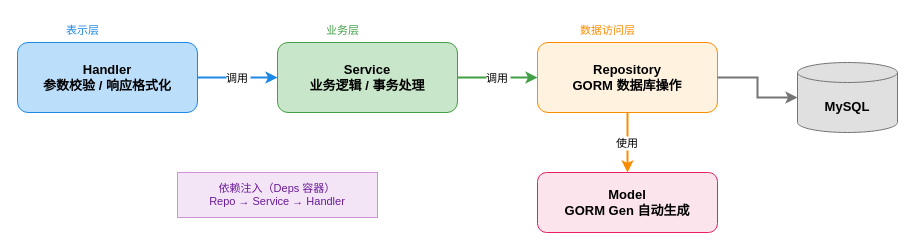
Above: paper/附件/diagrams/fig4-2-layers.drawio in julesChu12/scare (draw.io), before the change. Source tidied: cells renumbered, new cells numbered last; positions are measured from the earlier drawing's top-left corner, leaving out a move shared by most shapes. Both pictures are drawn from the tidied source at 100%, with x=0, y=0 at pixel (17, 17).
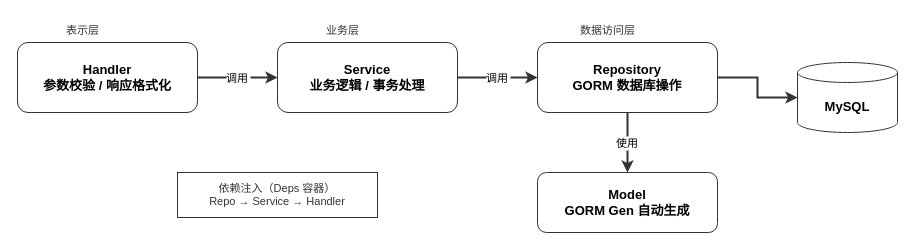
The same diagram, later.

Change to the diagram source:
```diff
@@
 <mxGraphModel>
   <root>
     <mxCell id="0" />
     <mxCell id="1" parent="0" />
-    <mxCell id="2" value="Handler&#10;参数校验 / 响应格式化" style="rounded=1;whiteSpace=wrap;html=1;fillColor=#bbdefb;strokeColor=#1e88e5;fontSize=13;fontStyle=1;verticalAlign=middle;" parent="1" vertex="1">
+    <mxCell id="2" value="Handler&#10;参数校验 / 响应格式化" style="rounded=1;whiteSpace=wrap;html=1;fillColor=#ffffff;strokeColor=#333333;fontSize=13;fontStyle=1;verticalAlign=middle;" parent="1" vertex="1">
       <mxGeometry y="25" width="180" height="70" as="geometry" />
     </mxCell>
-    <mxCell id="3" value="表示层" style="text;html=1;align=center;fontSize=11;fontStyle=0;fontColor=#1e88e5;" parent="1" vertex="1">
+    <mxCell id="3" value="表示层" style="text;html=1;align=center;fontSize=11;fontStyle=0;fontColor=#333333;" parent="1" vertex="1">
       <mxGeometry x="35" width="60" height="20" as="geometry" />
     </mxCell>
-    <mxCell id="4" value="Service&#10;业务逻辑 / 事务处理" style="rounded=1;whiteSpace=wrap;html=1;fillColor=#c8e6c9;strokeColor=#43a047;fontSize=13;fontStyle=1;verticalAlign=middle;" parent="1" vertex="1">
+    <mxCell id="4" value="Service&#10;业务逻辑 / 事务处理" style="rounded=1;whiteSpace=wrap;html=1;fillColor=#ffffff;strokeColor=#333333;fontSize=13;fontStyle=1;verticalAlign=middle;" parent="1" vertex="1">
       <mxGeometry x="260" y="25" width="180" height="70" as="geometry" />
     </mxCell>
-    <mxCell id="5" value="业务层" style="text;html=1;align=center;fontSize=11;fontStyle=0;fontColor=#43a047;" parent="1" vertex="1">
+    <mxCell id="5" value="业务层" style="text;html=1;align=center;fontSize=11;fontStyle=0;fontColor=#333333;" parent="1" vertex="1">
       <mxGeometry x="295" width="60" height="20" as="geometry" />
     </mxCell>
-    <mxCell id="6" value="Repository&#10;GORM 数据库操作" style="rounded=1;whiteSpace=wrap;html=1;fillColor=#fff3e0;strokeColor=#fb8c00;fontSize=13;fontStyle=1;verticalAlign=middle;" parent="1" vertex="1">
+    <mxCell id="6" value="Repository&#10;GORM 数据库操作" style="rounded=1;whiteSpace=wrap;html=1;fillColor=#ffffff;strokeColor=#333333;fontSize=13;fontStyle=1;verticalAlign=middle;" parent="1" vertex="1">
       <mxGeometry x="520" y="25" width="180" height="70" as="geometry" />
     </mxCell>
-    <mxCell id="7" value="数据访问层" style="text;html=1;align=center;fontSize=11;fontStyle=0;fontColor=#fb8c00;" parent="1" vertex="1">
+    <mxCell id="7" value="数据访问层" style="text;html=1;align=center;fontSize=11;fontStyle=0;fontColor=#333333;" parent="1" vertex="1">
       <mxGeometry x="550" width="80" height="20" as="geometry" />
     </mxCell>
-    <mxCell id="8" value="Model&#10;GORM Gen 自动生成" style="rounded=1;whiteSpace=wrap;html=1;fillColor=#fce4ec;strokeColor=#e91e63;fontSize=13;fontStyle=1;verticalAlign=middle;" parent="1" vertex="1">
+    <mxCell id="8" value="Model&#10;GORM Gen 自动生成" style="rounded=1;whiteSpace=wrap;html=1;fillColor=#ffffff;strokeColor=#333333;fontSize=13;fontStyle=1;verticalAlign=middle;" parent="1" vertex="1">
       <mxGeometry x="520" y="155" width="180" height="60" as="geometry" />
     </mxCell>
-    <mxCell id="9" value="MySQL" style="shape=cylinder3;whiteSpace=wrap;html=1;boundedLbl=1;backgroundOutline=1;size=10;fillColor=#e0e0e0;strokeColor=#757575;fontSize=13;fontStyle=1;" parent="1" vertex="1">
+    <mxCell id="9" value="MySQL" style="shape=cylinder3;whiteSpace=wrap;html=1;boundedLbl=1;backgroundOutline=1;size=10;fillColor=#ffffff;strokeColor=#333333;fontSize=13;fontStyle=1;" parent="1" vertex="1">
       <mxGeometry x="780" y="45" width="100" height="70" as="geometry" />
     </mxCell>
-    <mxCell id="10" value="调用" style="edgeStyle=orthogonalEdgeStyle;rounded=0;fontSize=11;strokeWidth=2;strokeColor=#1e88e5;" parent="1" edge="1" source="2" target="4">
+    <mxCell id="10" value="调用" style="edgeStyle=orthogonalEdgeStyle;rounded=0;fontSize=11;strokeWidth=2;strokeColor=#333333;" parent="1" edge="1" source="2" target="4">
       <mxGeometry relative="1" as="geometry" />
     </mxCell>
-    <mxCell id="11" value="调用" style="edgeStyle=orthogonalEdgeStyle;rounded=0;fontSize=11;strokeWidth=2;strokeColor=#43a047;" parent="1" edge="1" source="4" target="6">
+    <mxCell id="11" value="调用" style="edgeStyle=orthogonalEdgeStyle;rounded=0;fontSize=11;strokeWidth=2;strokeColor=#333333;" parent="1" edge="1" source="4" target="6">
       <mxGeometry relative="1" as="geometry" />
     </mxCell>
-    <mxCell id="12" value="使用" style="edgeStyle=orthogonalEdgeStyle;rounded=0;fontSize=11;strokeWidth=2;strokeColor=#fb8c00;" parent="1" edge="1" source="6" target="8">
+    <mxCell id="12" value="使用" style="edgeStyle=orthogonalEdgeStyle;rounded=0;fontSize=11;strokeWidth=2;strokeColor=#333333;" parent="1" edge="1" source="6" target="8">
       <mxGeometry relative="1" as="geometry" />
     </mxCell>
-    <mxCell id="13" style="edgeStyle=orthogonalEdgeStyle;rounded=0;fontSize=11;strokeWidth=2;strokeColor=#757575;" parent="1" edge="1" source="6" target="9">
+    <mxCell id="13" style="edgeStyle=orthogonalEdgeStyle;rounded=0;fontSize=11;strokeWidth=2;strokeColor=#333333;" parent="1" edge="1" source="6" target="9">
       <mxGeometry relative="1" as="geometry" />
     </mxCell>
-    <mxCell id="14" value="依赖注入（Deps 容器）&#10;Repo → Service → Handler" style="text;html=1;align=center;verticalAlign=top;whiteSpace=wrap;rounded=0;fillColor=#f3e5f5;strokeColor=#ce93d8;fontSize=11;fontColor=#6a1b9a;spacingTop=3;" parent="1" vertex="1">
+    <mxCell id="14" value="依赖注入（Deps 容器）&#10;Repo → Service → Handler" style="text;html=1;align=center;verticalAlign=top;whiteSpace=wrap;rounded=0;fillColor=#ffffff;strokeColor=#333333;fontSize=11;fontColor=#333333;spacingTop=3;" parent="1" vertex="1">
       <mxGeometry x="160" y="155" width="200" height="45" as="geometry" />
     </mxCell>
   </root>
 </mxGraphModel>
```
